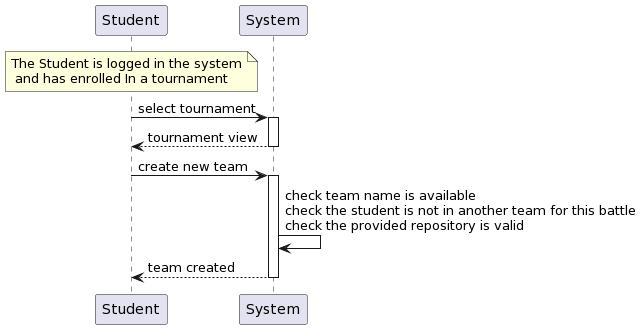
Before: RASD/images/image1.png, a diagram exported from PlantUML (sethlans01/SE2-IodiceMerlino). The source it was exported from:
```plantuml
@startuml
note over Student: The Student is logged in the system\n and has enrolled In a tournament
Student -> System: select tournament
activate System
System --> Student: tournament view
deactivate System
Student -> System: create new team
activate System
System -> System: check team name is available\ncheck the student is not in another team for this battle\ncheck the provided repository is valid
System --> Student: team created
deactivate System
@enduml
```
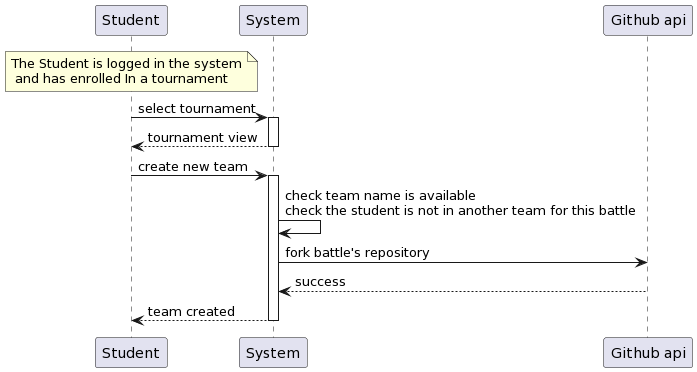
The same diagram one commit later.

The edit, as a diff of the source:
```diff
@@ -6,7 +6,9 @@
 deactivate System
 Student -> System: create new team
 activate System
-System -> System: check team name is available\ncheck the student is not in another team for this battle\ncheck the provided repository is valid
+System -> System: check team name is available\ncheck the student is not in another team for this battle
+System -> "Github api": fork battle's repository
+"Github api" --> System: success
 System --> Student: team created
 deactivate System
 @enduml
```
